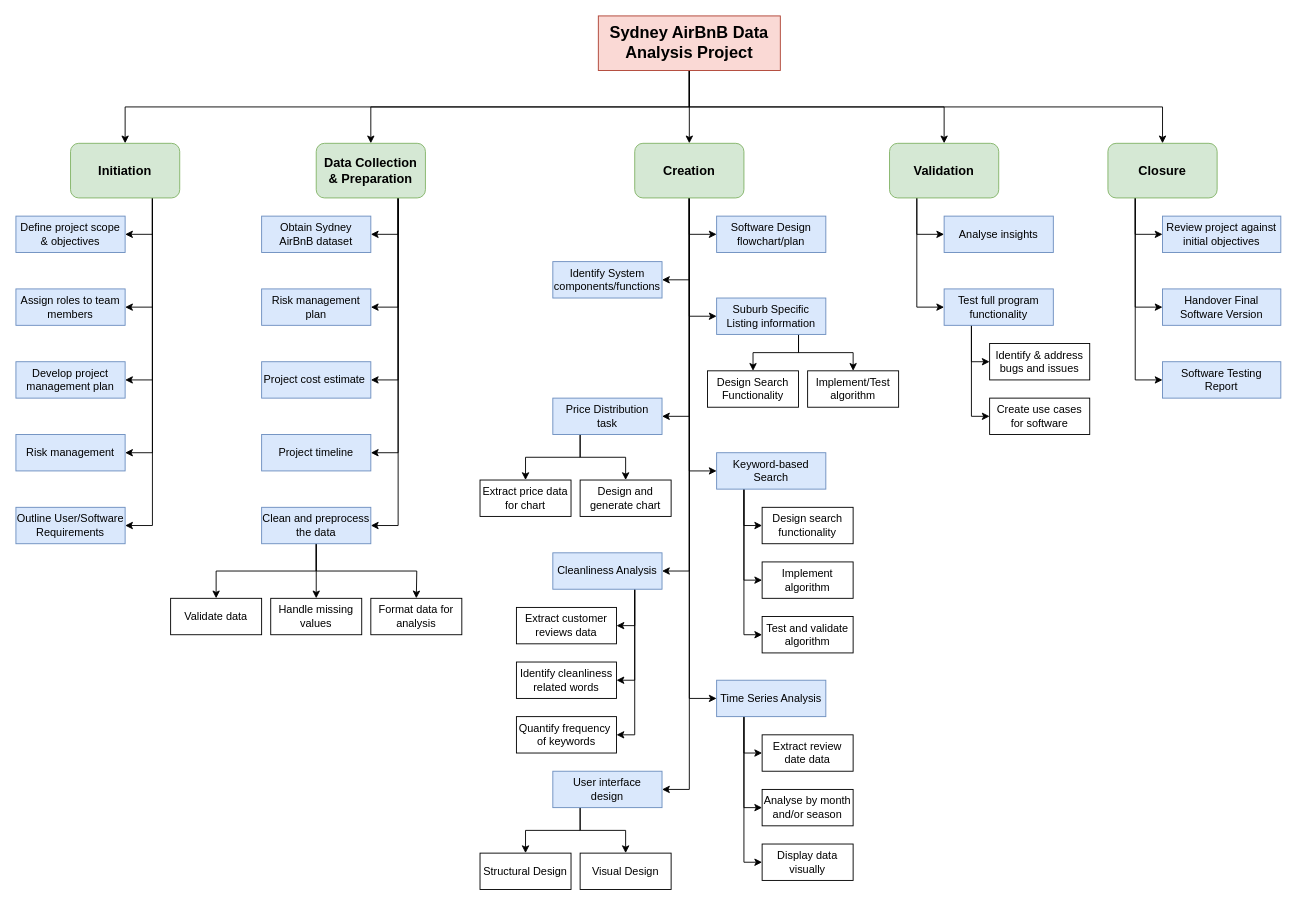
Giahuy1500/Quiz_week_8 keeps this draw.io diagram as WBS_update.drawio. Above is the earlier version. Source tidied: cells renumbered, new cells numbered last; positions are measured from the earlier drawing's top-left corner, leaving out a move shared by most shapes. Both pictures are drawn from the tidied source at 91%, with x=0, y=0 at pixel (15, 15).
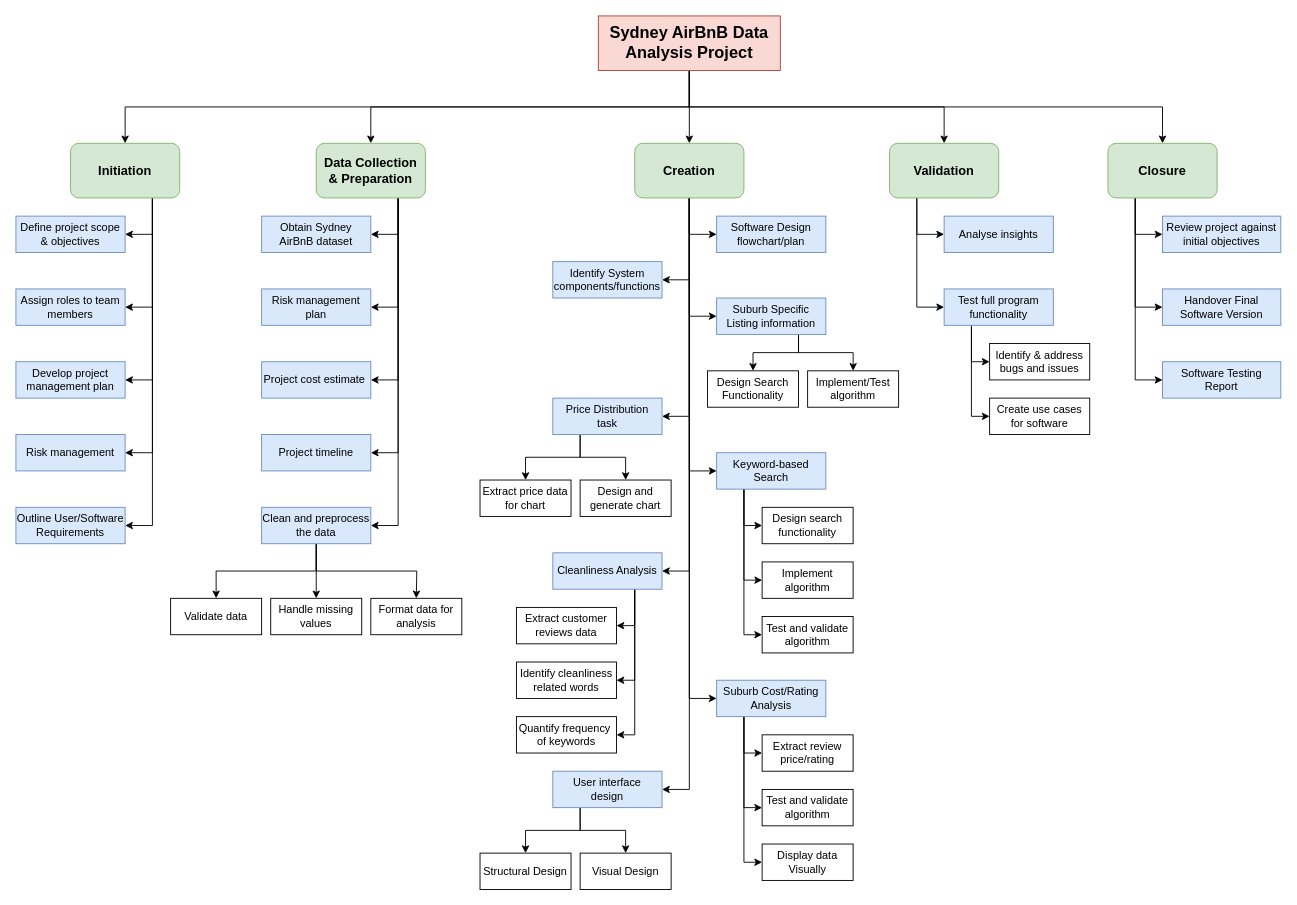
Above is the later version.

What changed in the source:
```diff
@@
-    <mxCell id="70" value="Time Series Analysis" style="rounded=0;whiteSpace=wrap;html=1;fillColor=#dae8fc;strokeColor=#6c8ebf;" parent="1" vertex="1">
+    <mxCell id="70" value="Suburb Cost/Rating Analysis" style="rounded=0;whiteSpace=wrap;html=1;fillColor=#dae8fc;strokeColor=#6c8ebf;" parent="1" vertex="1">
       <mxGeometry x="770" y="730" width="120" height="40" as="geometry" />
     </mxCell>
-    <mxCell id="71" value="Extract review date data" style="rounded=0;whiteSpace=wrap;html=1;" parent="1" vertex="1">
+    <mxCell id="71" value="Extract review price/rating" style="rounded=0;whiteSpace=wrap;html=1;" parent="1" vertex="1">
       <mxGeometry x="820" y="790" width="100" height="40" as="geometry" />
     </mxCell>
-    <mxCell id="72" value="Analyse by month and/or season" style="rounded=0;whiteSpace=wrap;html=1;" parent="1" vertex="1">
+    <mxCell id="72" value="Test and validate algorithm" style="rounded=0;whiteSpace=wrap;html=1;" parent="1" vertex="1">
       <mxGeometry x="820" y="850" width="100" height="40" as="geometry" />
     </mxCell>
-    <mxCell id="73" value="Display data visually" style="rounded=0;whiteSpace=wrap;html=1;" parent="1" vertex="1">
+    <mxCell id="73" value="Display data Visually" style="rounded=0;whiteSpace=wrap;html=1;" parent="1" vertex="1">
       <mxGeometry x="820" y="910" width="100" height="40" as="geometry" />
     </mxCell>
```
